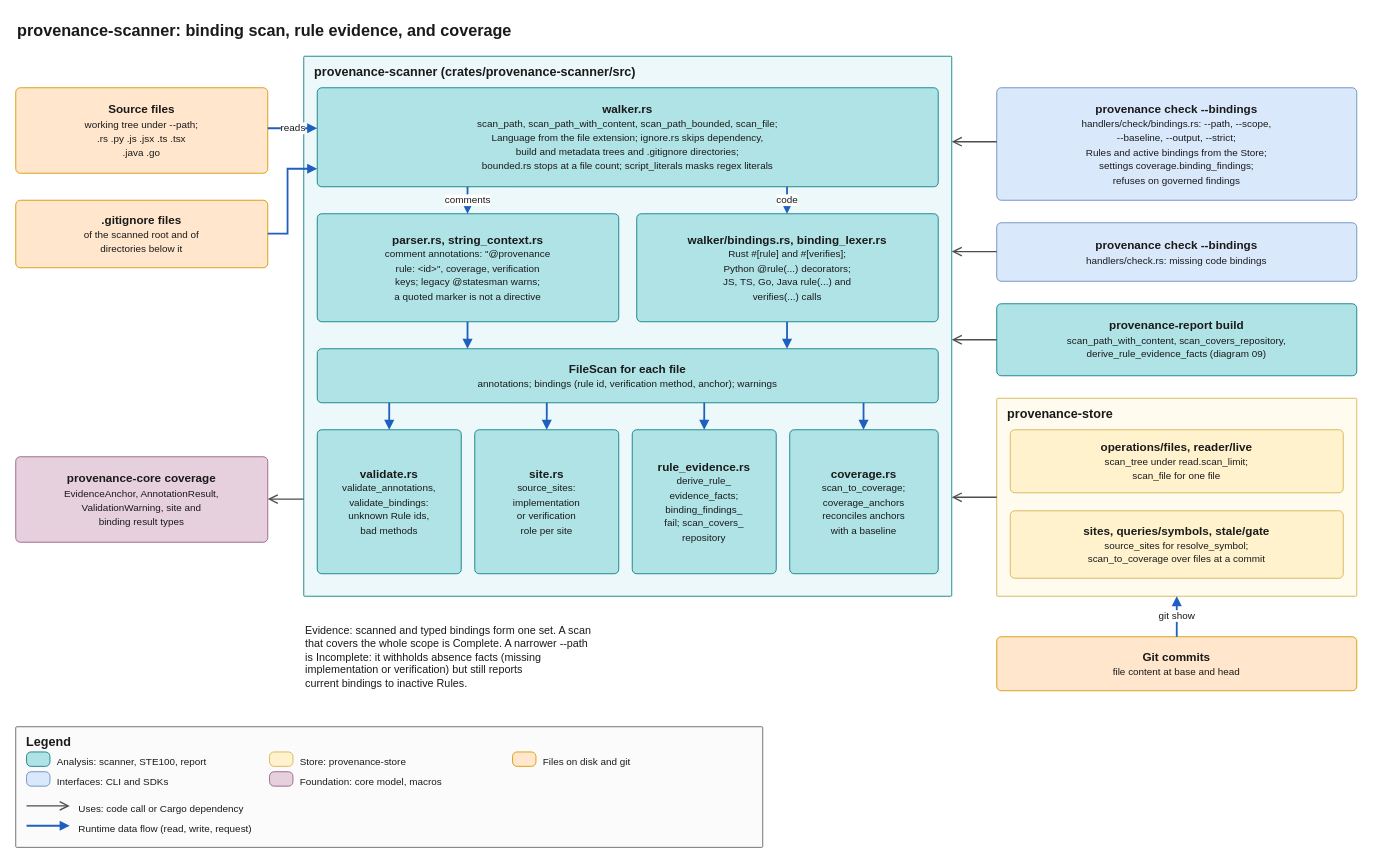
quality-sh/provenance keeps this draw.io diagram as docs/architecture/diagrams/08-scanner-and-coverage.drawio. Above is the earlier version. Source tidied: cells renumbered, new cells numbered last; positions are measured from the earlier drawing's top-left corner, leaving out a move shared by most shapes. Both pictures are drawn from the tidied source at 90%, with x=0, y=0 at pixel (15, 15).
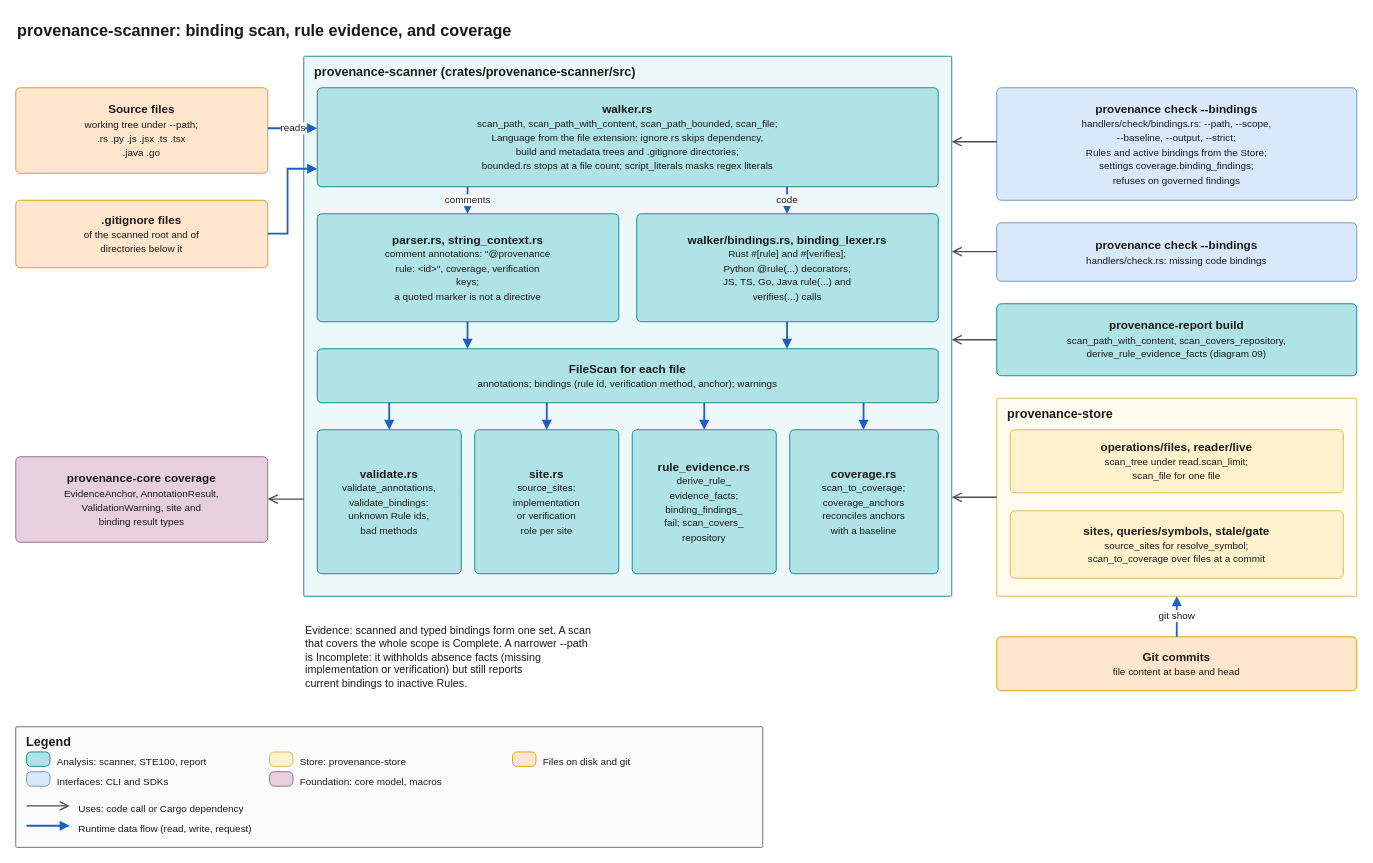
The same diagram, later.

Commit message (it also covers changes not shown here):
Phase 6: remove the @statesman scanner marker

Unchanged cells that the change refers to:
```xml
<mxCell id="6" value="provenance-scanner (crates/provenance-scanner/src)" style="rounded=1;arcSize=2;absoluteArcSize=1;whiteSpace=wrap;html=1;fillColor=#ecf8f9;strokeColor=#0e8088;verticalAlign=top;align=left;spacingLeft=10;spacingRight=10;spacingTop=2;fontStyle=1;fontSize=14;fontColor=#1a1a1a;" parent="1" vertex="1">
  <mxGeometry x="320" y="45" width="720" height="600" as="geometry" />
</mxCell>
```

Change to the diagram source:
```diff
@@
-    <mxCell id="8" value="&lt;b&gt;parser.rs, string_context.rs&lt;/b&gt;&lt;br&gt;&lt;font style=&quot;font-size:11px&quot;&gt;comment annotations: &quot;@provenance&lt;br&gt;rule: &amp;lt;id&amp;gt;&quot;, coverage, verification&lt;br&gt;keys; legacy @statesman warns;&lt;br&gt;a quoted marker is not a directive&lt;/font&gt;" style="rounded=1;arcSize=10;absoluteArcSize=1;whiteSpace=wrap;html=1;fillColor=#b0e3e6;strokeColor=#0e8088;fontSize=13;fontColor=#1a1a1a;verticalAlign=middle;align=center;spacing=4;" parent="6" vertex="1">
+    <mxCell id="8" value="&lt;b&gt;parser.rs, string_context.rs&lt;/b&gt;&lt;br&gt;&lt;font style=&quot;font-size:11px&quot;&gt;comment annotations: &quot;@provenance&lt;br&gt;rule: &amp;lt;id&amp;gt;&quot;, coverage, verification&lt;br&gt;keys;&lt;br&gt;a quoted marker is not a directive&lt;/font&gt;" style="rounded=1;arcSize=10;absoluteArcSize=1;whiteSpace=wrap;html=1;fillColor=#b0e3e6;strokeColor=#0e8088;fontSize=13;fontColor=#1a1a1a;verticalAlign=middle;align=center;spacing=4;" parent="6" vertex="1">
       <mxGeometry x="15" y="175" width="335" height="120" as="geometry" />
     </mxCell>
```
